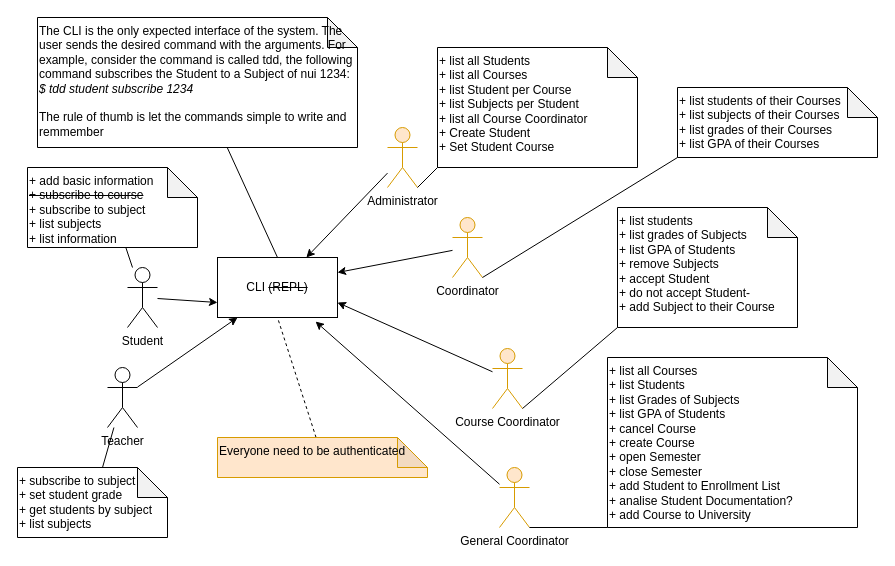
Before: page "CLI" (2 of 12) of architecture/code_analysis_v3/components-phase1.drawio in douglasdcm/tdd_detroid, a draw.io diagram. Source tidied: cells renumbered, new cells numbered last; positions are measured from the earlier drawing's top-left corner, leaving out a move shared by most shapes. Both pictures are drawn from the tidied source at 100%, with x=0, y=0 at pixel (17, 17).
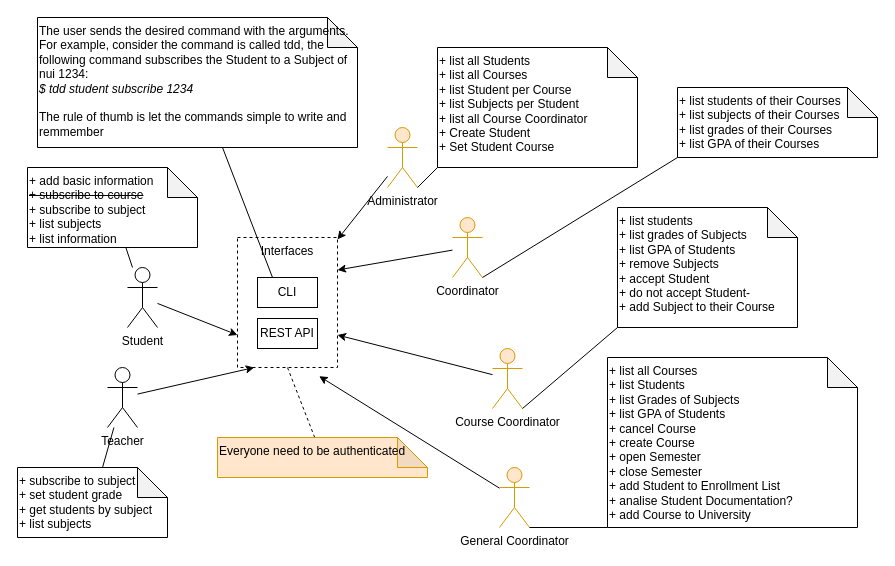
After the change.

Commit message (it also covers changes not shown here):
add student endpoints

What changed in the source:
```diff
@@
-    <mxCell id="2" value="CLI &lt;strike&gt;(REPL)&lt;/strike&gt;" style="rounded=0;whiteSpace=wrap;html=1;" parent="1" vertex="1">
-      <mxGeometry x="200" y="240" width="120" height="60" as="geometry" />
+    <mxCell id="2" value="Interfaces" style="rounded=0;whiteSpace=wrap;html=1;verticalAlign=top;dashed=1;" parent="1" vertex="1">
+      <mxGeometry x="220" y="220" width="100" height="130" as="geometry" />
     </mxCell>
@@
-    <mxCell id="11" style="edgeStyle=none;html=1;entryX=0.5;entryY=0;entryDx=0;entryDy=0;endArrow=none;endFill=0;" parent="1" edge="1" source="12" target="2">
+    <mxCell id="11" style="edgeStyle=none;html=1;entryX=0.25;entryY=0;entryDx=0;entryDy=0;endArrow=none;endFill=0;" parent="1" edge="1" source="12" target="31">
       <mxGeometry relative="1" as="geometry" />
     </mxCell>
-    <mxCell id="12" value="&lt;div&gt;The CLI is the only expected interface of the system. The user sends the desired command with the arguments. For example, consider the command is called tdd, the following command subscribes the Student to a Subject of nui 1234:&lt;/div&gt;&lt;div&gt;&lt;i&gt;$ tdd student subscribe 1234&lt;/i&gt;&lt;/div&gt;&lt;div&gt;&lt;br&gt;&lt;/div&gt;&lt;div&gt;The rule of thumb is let the commands simple to write and remmember&lt;/div&gt;" style="shape=note;whiteSpace=wrap;html=1;backgroundOutline=1;darkOpacity=0.05;align=left;verticalAlign=top;" parent="1" vertex="1">
+    <mxCell id="12" value="&lt;div&gt;The user sends the desired command with the arguments. For example, consider the command is called tdd, the following command subscribes the Student to a Subject of nui 1234:&lt;/div&gt;&lt;div&gt;&lt;i&gt;$ tdd student subscribe 1234&lt;/i&gt;&lt;/div&gt;&lt;div&gt;&lt;br&gt;&lt;/div&gt;&lt;div&gt;The rule of thumb is let the commands simple to write and remmember&lt;/div&gt;" style="shape=note;whiteSpace=wrap;html=1;backgroundOutline=1;darkOpacity=0.05;align=left;verticalAlign=top;" parent="1" vertex="1">
       <mxGeometry x="20" width="320" height="130" as="geometry" />
     </mxCell>
@@
+    <mxCell id="31" value="CLI" style="rounded=0;whiteSpace=wrap;html=1;" parent="1" vertex="1">
+      <mxGeometry x="240" y="260" width="60" height="30" as="geometry" />
+    </mxCell>
+    <mxCell id="32" value="REST API" style="rounded=0;whiteSpace=wrap;html=1;" parent="1" vertex="1">
+      <mxGeometry x="240" y="301" width="60" height="30" as="geometry" />
+    </mxCell>
```
